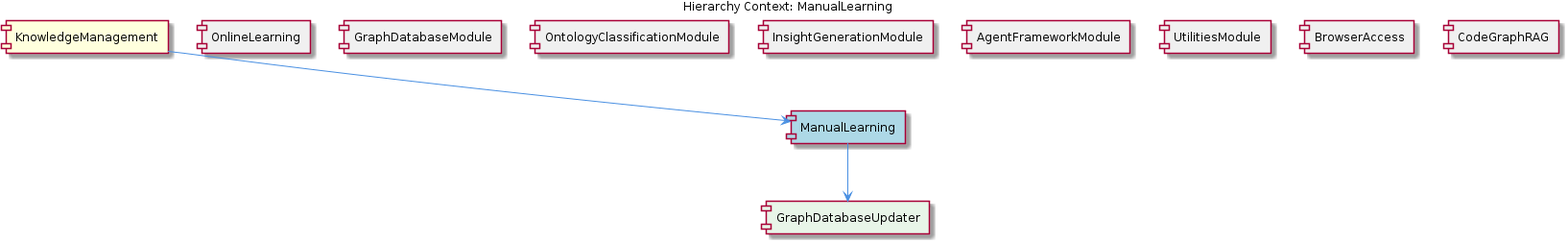
fwornle/coding keeps this PlantUML diagram as knowledge-management/insights/images/manual-learning-relationship.png. Above is the earlier version. Its source is kept beside it as .data/knowledge-graph/insights/puml/manual-learning-relationship.puml. The source it was exported from:
```plantuml
@startuml
!include _standard-style.puml

title Hierarchy Context: ManualLearning

[KnowledgeManagement] as knowledge_management #FFFFDD
[ManualLearning] as manual_learning #LightBlue
[OnlineLearning] as online_learning #F0F0F0
[GraphDatabaseModule] as graph_database_module #F0F0F0
[OntologyClassificationModule] as ontology_classification_module #F0F0F0
[InsightGenerationModule] as insight_generation_module #F0F0F0
[AgentFrameworkModule] as agent_framework_module #F0F0F0
[UtilitiesModule] as utilities_module #F0F0F0
[BrowserAccess] as browser_access #F0F0F0
[CodeGraphRAG] as code_graph_rag #F0F0F0
[GraphDatabaseUpdater] as graph_database_updater #E8F5E8

knowledge_management --> manual_learning
online_learning -[hidden]- manual_learning
graph_database_module -[hidden]- manual_learning
ontology_classification_module -[hidden]- manual_learning
insight_generation_module -[hidden]- manual_learning
agent_framework_module -[hidden]- manual_learning
utilities_module -[hidden]- manual_learning
browser_access -[hidden]- manual_learning
code_graph_rag -[hidden]- manual_learning
manual_learning --> graph_database_updater

@enduml
```
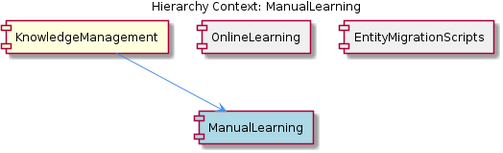
Above is the later version.

Change to the diagram source:
```diff
@@ -6,24 +6,10 @@
 [KnowledgeManagement] as knowledge_management #FFFFDD
 [ManualLearning] as manual_learning #LightBlue
 [OnlineLearning] as online_learning #F0F0F0
-[GraphDatabaseModule] as graph_database_module #F0F0F0
-[OntologyClassificationModule] as ontology_classification_module #F0F0F0
-[InsightGenerationModule] as insight_generation_module #F0F0F0
-[AgentFrameworkModule] as agent_framework_module #F0F0F0
-[UtilitiesModule] as utilities_module #F0F0F0
-[BrowserAccess] as browser_access #F0F0F0
-[CodeGraphRAG] as code_graph_rag #F0F0F0
-[GraphDatabaseUpdater] as graph_database_updater #E8F5E8
+[EntityMigrationScripts] as entity_migration_scripts #F0F0F0
 
 knowledge_management --> manual_learning
 online_learning -[hidden]- manual_learning
-graph_database_module -[hidden]- manual_learning
-ontology_classification_module -[hidden]- manual_learning
-insight_generation_module -[hidden]- manual_learning
-agent_framework_module -[hidden]- manual_learning
-utilities_module -[hidden]- manual_learning
-browser_access -[hidden]- manual_learning
-code_graph_rag -[hidden]- manual_learning
-manual_learning --> graph_database_updater
+entity_migration_scripts -[hidden]- manual_learning
 
 @enduml
```
